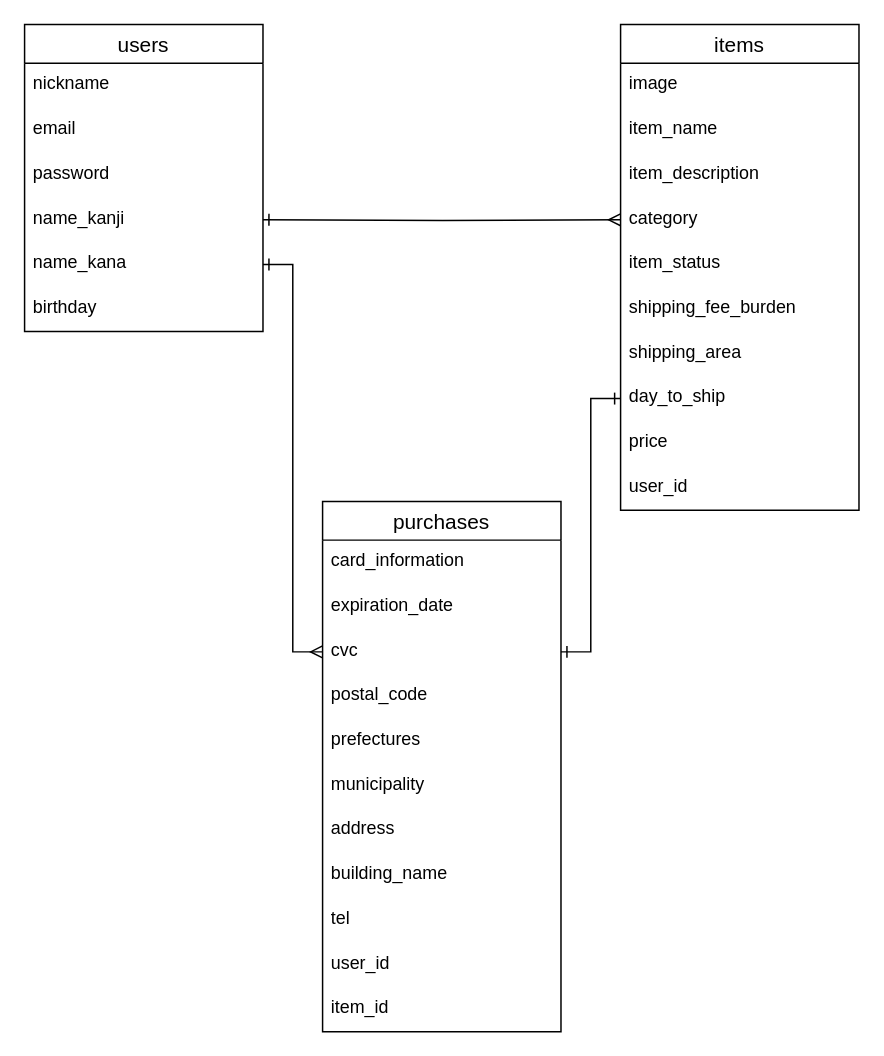
The draw.io diagram ER.dio in doshara1280/furima-34972, before the edit. Source tidied: cells renumbered, new cells numbered last; positions are measured from the earlier drawing's top-left corner, leaving out a move shared by most shapes. Both pictures are drawn from the tidied source at 149%, with x=0, y=0 at pixel (24, 24).
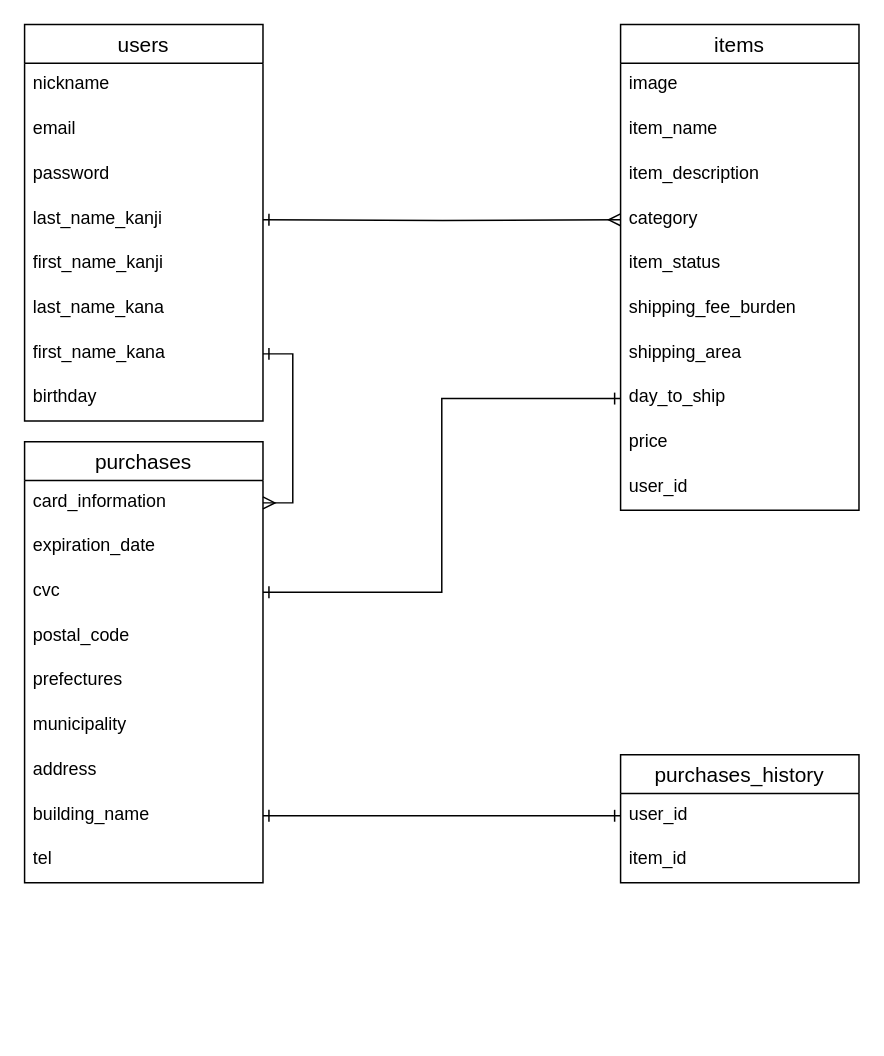
The same page after the edit.

The change refers to these unchanged cells:
```xml
<mxCell id="21" value="card_information" style="text;strokeColor=none;fillColor=none;spacingLeft=4;spacingRight=4;overflow=hidden;points=[[0,0.5],[1,0.5]];portConstraint=eastwest;fontSize=12;" parent="20" vertex="1">
  <mxGeometry y="26" width="160" height="30" as="geometry" />
</mxCell>
<mxCell id="23" value="cvc" style="text;strokeColor=none;fillColor=none;spacingLeft=4;spacingRight=4;overflow=hidden;points=[[0,0.5],[1,0.5]];portConstraint=eastwest;fontSize=12;" parent="20" vertex="1">
  <mxGeometry y="86" width="160" height="30" as="geometry" />
</mxCell>
<mxCell id="28" value="building_name" style="text;strokeColor=none;fillColor=none;spacingLeft=4;spacingRight=4;overflow=hidden;points=[[0,0.5],[1,0.5]];portConstraint=eastwest;fontSize=12;" parent="20" vertex="1">
  <mxGeometry y="236" width="160" height="30" as="geometry" />
</mxCell>
```

The edit, as a diff of the source:
```diff
@@
     <mxCell id="2" value="users" style="swimlane;fontStyle=0;horizontal=1;startSize=26;align=center;fontSize=14;" parent="1" vertex="1">
-      <mxGeometry width="160" height="206" as="geometry" />
+      <mxGeometry width="160" height="266" as="geometry" />
     </mxCell>
@@
-    <mxCell id="6" value="name_kanji" style="text;strokeColor=none;fillColor=none;spacingLeft=4;spacingRight=4;overflow=hidden;fontSize=12;" parent="2" vertex="1">
+    <mxCell id="6" value="last_name_kanji" style="text;strokeColor=none;fillColor=none;spacingLeft=4;spacingRight=4;overflow=hidden;fontSize=12;" parent="2" vertex="1">
       <mxGeometry y="116" width="160" height="30" as="geometry" />
     </mxCell>
+    <mxCell id="35" value="first_name_kanji" style="text;strokeColor=none;fillColor=none;spacingLeft=4;spacingRight=4;overflow=hidden;fontSize=12;" parent="2" vertex="1">
+      <mxGeometry y="146" width="160" height="30" as="geometry" />
+    </mxCell>
+    <mxCell id="36" value="last_name_kana" style="text;strokeColor=none;fillColor=none;spacingLeft=4;spacingRight=4;overflow=hidden;fontSize=12;" parent="2" vertex="1">
+      <mxGeometry y="176" width="160" height="30" as="geometry" />
+    </mxCell>
-    <mxCell id="7" value="name_kana" style="text;strokeColor=none;fillColor=none;spacingLeft=4;spacingRight=4;overflow=hidden;points=[[0,0.5],[1,0.5]];portConstraint=eastwest;fontSize=12;" parent="2" vertex="1">
-      <mxGeometry y="146" width="160" height="30" as="geometry" />
+    <mxCell id="7" value="first_name_kana" style="text;strokeColor=none;fillColor=none;spacingLeft=4;spacingRight=4;overflow=hidden;points=[[0,0.5],[1,0.5]];portConstraint=eastwest;fontSize=12;" parent="2" vertex="1">
+      <mxGeometry y="206" width="160" height="30" as="geometry" />
     </mxCell>
     <mxCell id="8" value="birthday" style="text;strokeColor=none;fillColor=none;spacingLeft=4;spacingRight=4;overflow=hidden;fontSize=12;" parent="2" vertex="1">
-      <mxGeometry y="176" width="160" height="30" as="geometry" />
+      <mxGeometry y="236" width="160" height="30" as="geometry" />
     </mxCell>
@@
     <mxCell id="20" value="purchases" style="swimlane;fontStyle=0;horizontal=1;startSize=26;align=center;fontSize=14;" parent="1" vertex="1">
-      <mxGeometry x="200" y="320" width="160" height="356" as="geometry" />
+      <mxGeometry y="280" width="160" height="296" as="geometry" />
     </mxCell>
@@
-    <mxCell id="30" value="user_id" style="text;strokeColor=none;fillColor=none;spacingLeft=4;spacingRight=4;overflow=hidden;points=[[0,0.5],[1,0.5]];portConstraint=eastwest;fontSize=12;" parent="20" vertex="1">
-      <mxGeometry y="296" width="160" height="30" as="geometry" />
-    </mxCell>
-    <mxCell id="31" value="item_id" style="text;strokeColor=none;fillColor=none;spacingLeft=4;spacingRight=4;overflow=hidden;fontSize=12;" parent="20" vertex="1">
-      <mxGeometry y="326" width="160" height="30" as="geometry" />
-    </mxCell>
@@
-    <mxCell id="33" style="edgeStyle=orthogonalEdgeStyle;rounded=0;jettySize=auto;html=1;exitX=1;exitY=0.5;exitDx=0;exitDy=0;entryX=0;entryY=0.5;entryDx=0;entryDy=0;startArrow=ERone;startFill=0;endArrow=ERmany;endFill=0;" parent="1" edge="1" source="7" target="23">
+    <mxCell id="33" style="edgeStyle=orthogonalEdgeStyle;rounded=0;jettySize=auto;html=1;exitX=1;exitY=0.5;exitDx=0;exitDy=0;entryX=1;entryY=0.5;entryDx=0;entryDy=0;startArrow=ERone;startFill=0;endArrow=ERmany;endFill=0;" parent="1" edge="1" source="7" target="21">
       <mxGeometry relative="1" as="geometry" />
     </mxCell>
@@
+    <mxCell id="37" value="purchases_history" style="swimlane;fontStyle=0;horizontal=1;startSize=26;align=center;fontSize=14;" parent="1" vertex="1">
+      <mxGeometry x="400" y="490" width="160" height="86" as="geometry" />
+    </mxCell>
+    <mxCell id="30" value="user_id" style="text;strokeColor=none;fillColor=none;spacingLeft=4;spacingRight=4;overflow=hidden;points=[[0,0.5],[1,0.5]];portConstraint=eastwest;fontSize=12;" parent="37" vertex="1">
+      <mxGeometry y="26" width="160" height="30" as="geometry" />
+    </mxCell>
+    <mxCell id="31" value="item_id" style="text;strokeColor=none;fillColor=none;spacingLeft=4;spacingRight=4;overflow=hidden;fontSize=12;" parent="37" vertex="1">
+      <mxGeometry y="56" width="160" height="30" as="geometry" />
+    </mxCell>
+    <mxCell id="38" style="edgeStyle=orthogonalEdgeStyle;rounded=0;jettySize=auto;html=1;exitX=0;exitY=0.5;exitDx=0;exitDy=0;entryX=1;entryY=0.5;entryDx=0;entryDy=0;startArrow=ERone;startFill=0;endArrow=ERone;endFill=0;" parent="1" edge="1" source="30" target="28">
+      <mxGeometry relative="1" as="geometry" />
+    </mxCell>
```
